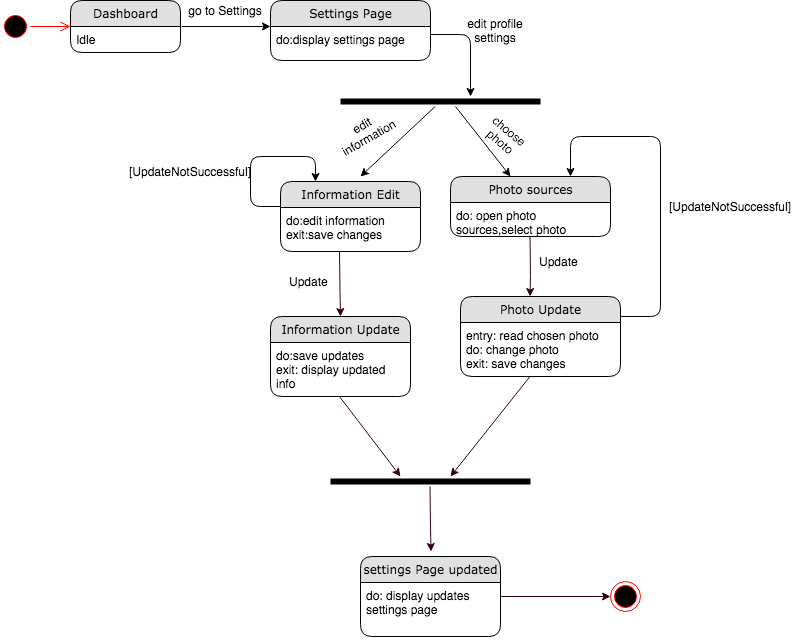
Earlier version of the draw.io export Diagrams/State Chart Diagrams/ST_02 SETTINGS.png (kkasharaj17/SE-project). Source tidied: cells renumbered, new cells last; positions are measured from the earlier drawing's top-left corner, leaving out a move shared by most shapes. The source it was exported from:
```xml
<mxGraphModel background="#ffffff">
  <root>
    <mxCell id="0" />
    <mxCell id="1" parent="0" />
    <mxCell id="2" style="ellipse;html=1;shape=startState;fillColor=#000000;strokeColor=#ff0000;" parent="1" vertex="1">
      <mxGeometry y="11" width="30" height="30" as="geometry" />
    </mxCell>
    <mxCell id="3" style="edgeStyle=orthogonalEdgeStyle;html=1;verticalAlign=bottom;endArrow=open;endSize=8;strokeColor=#ff0000;" parent="1" edge="1" source="2">
      <mxGeometry relative="1" as="geometry">
        <mxPoint x="70" y="26" as="targetPoint" />
      </mxGeometry>
    </mxCell>
    <mxCell id="4" style="endArrow=classic;html=1;" parent="1" edge="1">
      <mxGeometry relative="1" as="geometry">
        <mxPoint x="181" y="26" as="sourcePoint" />
        <mxPoint x="270" y="26" as="targetPoint" />
      </mxGeometry>
    </mxCell>
    <mxCell id="5" value="go to Settings" style="text;html=1;strokeColor=none;fillColor=none;align=center;verticalAlign=middle;whiteSpace=wrap;rounded=0;" parent="1" vertex="1">
      <mxGeometry x="180" width="90" height="20" as="geometry" />
    </mxCell>
    <mxCell id="6" style="endArrow=classic;html=1;" parent="1" edge="1" source="17">
      <mxGeometry relative="1" as="geometry">
        <mxPoint x="360" y="176" as="targetPoint" />
      </mxGeometry>
    </mxCell>
    <mxCell id="7" value="edit profile settings" style="text;html=1;strokeColor=none;fillColor=none;align=center;verticalAlign=middle;whiteSpace=wrap;rounded=0;" parent="1" vertex="1">
      <mxGeometry x="450" y="20" width="90" height="20" as="geometry" />
    </mxCell>
    <mxCell id="8" style="ellipse;html=1;shape=endState;fillColor=#000000;strokeColor=#ff0000;" parent="1" vertex="1">
      <mxGeometry x="610" y="581" width="30" height="30" as="geometry" />
    </mxCell>
    <mxCell id="9" value="edit information" style="text;html=1;strokeColor=none;fillColor=none;align=center;verticalAlign=middle;whiteSpace=wrap;rounded=0;rotation=-30;" parent="1" vertex="1">
      <mxGeometry x="340" y="121" width="50" height="20" as="geometry" />
    </mxCell>
    <mxCell id="10" style="endArrow=classic;html=1;" parent="1" edge="1">
      <mxGeometry relative="1" as="geometry">
        <mxPoint x="455" y="106" as="sourcePoint" />
        <mxPoint x="510" y="176" as="targetPoint" />
      </mxGeometry>
    </mxCell>
    <mxCell id="11" value="choose photo" style="text;html=1;strokeColor=none;fillColor=none;align=center;verticalAlign=middle;whiteSpace=wrap;rounded=0;rotation=40;" parent="1" vertex="1">
      <mxGeometry x="470" y="121" width="70" height="30" as="geometry" />
    </mxCell>
    <mxCell id="12" value="[UpdateNotSuccessful]" style="text;html=1;strokeColor=none;fillColor=none;align=center;verticalAlign=middle;whiteSpace=wrap;rounded=0;" parent="1" vertex="1">
      <mxGeometry x="150" y="161" width="80" height="20" as="geometry" />
    </mxCell>
    <mxCell id="13" value="Dashboard" style="swimlane;html=1;fontStyle=0;horizontal=1;startSize=26;fillColor=#e0e0e0;swimlaneFillColor=#ffffff;align=center;rounded=1;shadow=0;comic=0;labelBackgroundColor=none;strokeWidth=1;fontFamily=Verdana;fontSize=12;" parent="1" vertex="1">
      <mxGeometry x="70" width="110" height="52" as="geometry" />
    </mxCell>
    <mxCell id="14" value="Idle" style="text;html=1;strokeColor=none;fillColor=none;spacingLeft=4;spacingRight=4;whiteSpace=wrap;overflow=hidden;" parent="13" vertex="1">
      <mxGeometry y="26" width="110" height="26" as="geometry" />
    </mxCell>
    <mxCell id="15" value="Settings Page" style="swimlane;html=1;fontStyle=0;horizontal=1;startSize=26;fillColor=#e0e0e0;swimlaneFillColor=#ffffff;align=center;rounded=1;shadow=0;comic=0;labelBackgroundColor=none;strokeWidth=1;fontFamily=Verdana;fontSize=12;" parent="1" vertex="1">
      <mxGeometry x="270" width="160" height="60" as="geometry" />
    </mxCell>
    <mxCell id="16" value="do:display settings page" style="text;html=1;strokeColor=none;fillColor=none;spacingLeft=4;spacingRight=4;whiteSpace=wrap;overflow=hidden;" parent="15" vertex="1">
      <mxGeometry y="26" width="160" height="26" as="geometry" />
    </mxCell>
    <mxCell id="17" style="shape=line;html=1;strokeWidth=6;strokeColor=#000000;rotation=0;" parent="1" vertex="1">
      <mxGeometry x="340" y="96" width="200" height="10" as="geometry" />
    </mxCell>
    <mxCell id="18" style="endArrow=classic;html=1;" parent="1" edge="1">
      <mxGeometry relative="1" as="geometry">
        <mxPoint x="430" y="34" as="sourcePoint" />
        <mxPoint x="470" y="96" as="targetPoint" />
        <Array as="points">
          <mxPoint x="470" y="34" />
        </Array>
      </mxGeometry>
    </mxCell>
    <mxCell id="19" style="edgeStyle=segmentEdgeStyle;endArrow=classic;html=1;entryX=0.25;entryY=0;entryDx=0;entryDy=0;" parent="1" edge="1" target="23">
      <mxGeometry relative="1" as="geometry">
        <mxPoint x="280" y="206" as="sourcePoint" />
        <Array as="points">
          <mxPoint x="250" y="206" />
          <mxPoint x="250" y="156" />
          <mxPoint x="315" y="156" />
        </Array>
      </mxGeometry>
    </mxCell>
    <mxCell id="20" style="endArrow=classic;html=1;strokeColor=#33001A;" parent="1" edge="1">
      <mxGeometry relative="1" as="geometry">
        <mxPoint x="529.5" y="235.5" as="sourcePoint" />
        <mxPoint x="529.5" y="296" as="targetPoint" />
        <Array as="points">
          <mxPoint x="530" y="276" />
        </Array>
      </mxGeometry>
    </mxCell>
    <mxCell id="21" value="Photo sources" style="swimlane;html=1;fontStyle=0;horizontal=1;startSize=26;fillColor=#e0e0e0;swimlaneFillColor=#ffffff;align=center;rounded=1;shadow=0;comic=0;labelBackgroundColor=none;strokeWidth=1;fontFamily=Verdana;fontSize=12;" parent="1" vertex="1">
      <mxGeometry x="450" y="176" width="160" height="60" as="geometry" />
    </mxCell>
    <mxCell id="22" value="do: open photo sources,select photo" style="text;html=1;strokeColor=none;fillColor=none;spacingLeft=4;spacingRight=4;whiteSpace=wrap;overflow=hidden;" parent="21" vertex="1">
      <mxGeometry y="26" width="160" height="34" as="geometry" />
    </mxCell>
    <mxCell id="23" value="Information Edit" style="swimlane;html=1;fontStyle=0;horizontal=1;startSize=26;fillColor=#e0e0e0;swimlaneFillColor=#ffffff;align=center;rounded=1;shadow=0;comic=0;labelBackgroundColor=none;strokeWidth=1;fontFamily=Verdana;fontSize=12;" parent="1" vertex="1">
      <mxGeometry x="280" y="181" width="140" height="70" as="geometry" />
    </mxCell>
    <mxCell id="24" value="do:edit information&lt;br&gt;exit:save changes" style="text;html=1;strokeColor=none;fillColor=none;spacingLeft=4;spacingRight=4;whiteSpace=wrap;overflow=hidden;" parent="23" vertex="1">
      <mxGeometry y="26" width="140" height="40" as="geometry" />
    </mxCell>
    <mxCell id="25" value="Photo Update" style="swimlane;html=1;fontStyle=0;horizontal=1;startSize=26;fillColor=#e0e0e0;swimlaneFillColor=#ffffff;align=center;rounded=1;shadow=0;comic=0;labelBackgroundColor=none;strokeWidth=1;fontFamily=Verdana;fontSize=12;" parent="1" vertex="1">
      <mxGeometry x="460" y="296" width="160" height="80" as="geometry" />
    </mxCell>
    <mxCell id="26" value="entry: read chosen photo&lt;br&gt;do: change photo&lt;br&gt;exit: save changes" style="text;html=1;strokeColor=none;fillColor=none;spacingLeft=4;spacingRight=4;whiteSpace=wrap;overflow=hidden;" parent="25" vertex="1">
      <mxGeometry y="26" width="160" height="54" as="geometry" />
    </mxCell>
    <mxCell id="27" value="Update&amp;nbsp;" style="text;html=1;strokeColor=none;fillColor=none;align=center;verticalAlign=middle;whiteSpace=wrap;rounded=0;" parent="1" vertex="1">
      <mxGeometry x="540" y="251" width="40" height="20" as="geometry" />
    </mxCell>
    <mxCell id="28" style="endArrow=classic;html=1;strokeColor=#33001A;" parent="1" edge="1">
      <mxGeometry relative="1" as="geometry">
        <mxPoint x="529.5" y="376" as="sourcePoint" />
        <mxPoint x="450" y="476" as="targetPoint" />
      </mxGeometry>
    </mxCell>
    <mxCell id="29" style="endArrow=classic;html=1;strokeColor=#33001A;entryX=0.5;entryY=0;entryDx=0;entryDy=0;" parent="1" edge="1" target="30">
      <mxGeometry relative="1" as="geometry">
        <mxPoint x="339" y="251" as="sourcePoint" />
        <Array as="points">
          <mxPoint x="339.5" y="291.5" />
        </Array>
      </mxGeometry>
    </mxCell>
    <mxCell id="30" value="Information Update" style="swimlane;html=1;fontStyle=0;horizontal=1;startSize=26;fillColor=#e0e0e0;swimlaneFillColor=#ffffff;align=center;rounded=1;shadow=0;comic=0;labelBackgroundColor=none;strokeWidth=1;fontFamily=Verdana;fontSize=12;" parent="1" vertex="1">
      <mxGeometry x="270" y="316" width="140" height="80" as="geometry" />
    </mxCell>
    <mxCell id="31" value="do:save updates&lt;br&gt;exit: display updated info" style="text;html=1;strokeColor=none;fillColor=none;spacingLeft=4;spacingRight=4;whiteSpace=wrap;overflow=hidden;" parent="30" vertex="1">
      <mxGeometry y="26" width="140" height="54" as="geometry" />
    </mxCell>
    <mxCell id="32" style="endArrow=classic;html=1;strokeColor=#33001A;" parent="1" edge="1">
      <mxGeometry relative="1" as="geometry">
        <mxPoint x="339" y="396" as="sourcePoint" />
        <mxPoint x="400" y="476" as="targetPoint" />
      </mxGeometry>
    </mxCell>
    <mxCell id="33" style="shape=line;html=1;strokeWidth=6;strokeColor=#000000;rotation=0;" parent="1" vertex="1">
      <mxGeometry x="330" y="476" width="200" height="10" as="geometry" />
    </mxCell>
    <mxCell id="34" style="endArrow=classic;html=1;strokeColor=#33001A;entryX=0.5;entryY=0;entryDx=0;entryDy=0;" parent="1" edge="1">
      <mxGeometry relative="1" as="geometry">
        <mxPoint x="429.5" y="486" as="sourcePoint" />
        <mxPoint x="430.5" y="551" as="targetPoint" />
        <Array as="points">
          <mxPoint x="430" y="526.5" />
        </Array>
      </mxGeometry>
    </mxCell>
    <mxCell id="35" value="settings Page updated" style="swimlane;html=1;fontStyle=0;horizontal=1;startSize=26;fillColor=#e0e0e0;swimlaneFillColor=#ffffff;align=center;rounded=1;shadow=0;comic=0;labelBackgroundColor=none;strokeWidth=1;fontFamily=Verdana;fontSize=12;" parent="1" vertex="1">
      <mxGeometry x="360" y="556" width="140" height="80" as="geometry" />
    </mxCell>
    <mxCell id="36" value="do: display updates settings page" style="text;html=1;strokeColor=none;fillColor=none;spacingLeft=4;spacingRight=4;whiteSpace=wrap;overflow=hidden;" parent="35" vertex="1">
      <mxGeometry y="26" width="140" height="54" as="geometry" />
    </mxCell>
    <mxCell id="37" style="endArrow=classic;html=1;strokeColor=#33001A;" parent="1" edge="1">
      <mxGeometry relative="1" as="geometry">
        <mxPoint x="500" y="596" as="sourcePoint" />
        <mxPoint x="610" y="596" as="targetPoint" />
      </mxGeometry>
    </mxCell>
    <mxCell id="38" style="edgeStyle=segmentEdgeStyle;endArrow=classic;html=1;entryX=0.75;entryY=0;entryDx=0;entryDy=0;" parent="1" edge="1" target="21">
      <mxGeometry relative="1" as="geometry">
        <mxPoint x="620" y="316" as="sourcePoint" />
        <Array as="points">
          <mxPoint x="660" y="316" />
          <mxPoint x="660" y="136" />
          <mxPoint x="570" y="136" />
        </Array>
      </mxGeometry>
    </mxCell>
    <mxCell id="39" value="[UpdateNotSuccessful]" style="text;html=1;strokeColor=none;fillColor=none;align=center;verticalAlign=middle;whiteSpace=wrap;rounded=0;" parent="1" vertex="1">
      <mxGeometry x="690" y="196" width="80" height="20" as="geometry" />
    </mxCell>
    <mxCell id="40" value="Update&amp;nbsp;" style="text;html=1;strokeColor=none;fillColor=none;align=center;verticalAlign=middle;whiteSpace=wrap;rounded=0;" parent="1" vertex="1">
      <mxGeometry x="290" y="271" width="40" height="20" as="geometry" />
    </mxCell>
  </root>
</mxGraphModel>
```
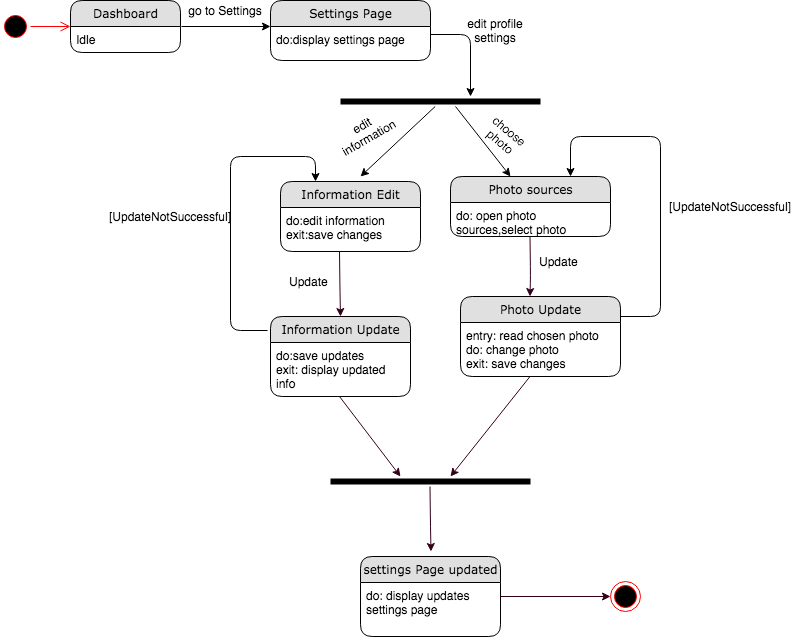
Later version of the same file.

The edit, as a diff of the source:
```diff
@@ -43,7 +43,7 @@
       <mxGeometry x="470" y="121" width="70" height="30" as="geometry" />
     </mxCell>
     <mxCell id="12" value="[UpdateNotSuccessful]" style="text;html=1;strokeColor=none;fillColor=none;align=center;verticalAlign=middle;whiteSpace=wrap;rounded=0;" parent="1" vertex="1">
-      <mxGeometry x="150" y="161" width="80" height="20" as="geometry" />
+      <mxGeometry x="130" y="206" width="80" height="20" as="geometry" />
     </mxCell>
     <mxCell id="13" value="Dashboard" style="swimlane;html=1;fontStyle=0;horizontal=1;startSize=26;fillColor=#e0e0e0;swimlaneFillColor=#ffffff;align=center;rounded=1;shadow=0;comic=0;labelBackgroundColor=none;strokeWidth=1;fontFamily=Verdana;fontSize=12;" parent="1" vertex="1">
       <mxGeometry x="70" width="110" height="52" as="geometry" />
@@ -69,12 +69,11 @@
         </Array>
       </mxGeometry>
     </mxCell>
-    <mxCell id="19" style="edgeStyle=segmentEdgeStyle;endArrow=classic;html=1;entryX=0.25;entryY=0;entryDx=0;entryDy=0;" parent="1" edge="1" target="23">
+    <mxCell id="19" style="edgeStyle=segmentEdgeStyle;endArrow=classic;html=1;entryX=0.25;entryY=0;entryDx=0;entryDy=0;exitX=-0.021;exitY=0.175;exitDx=0;exitDy=0;exitPerimeter=0;" parent="1" edge="1" source="30" target="23">
       <mxGeometry relative="1" as="geometry">
-        <mxPoint x="280" y="206" as="sourcePoint" />
         <Array as="points">
-          <mxPoint x="250" y="206" />
-          <mxPoint x="250" y="156" />
+          <mxPoint x="230" y="330" />
+          <mxPoint x="230" y="156" />
           <mxPoint x="315" y="156" />
         </Array>
       </mxGeometry>
```
